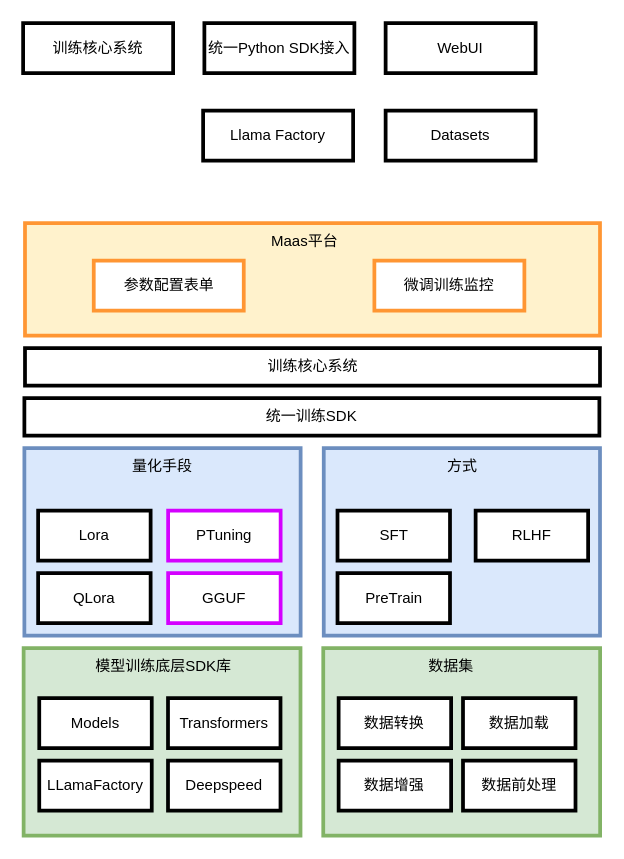
Earlier version of the draw.io diagram 0代码微调.drawio (whybeyoung/mywork). Source tidied: cells renumbered, new cells numbered last; positions are measured from the earlier drawing's top-left corner, leaving out a move shared by most shapes. Both pictures are drawn from the tidied source at 125%, with x=0, y=0 at pixel (22, 22).
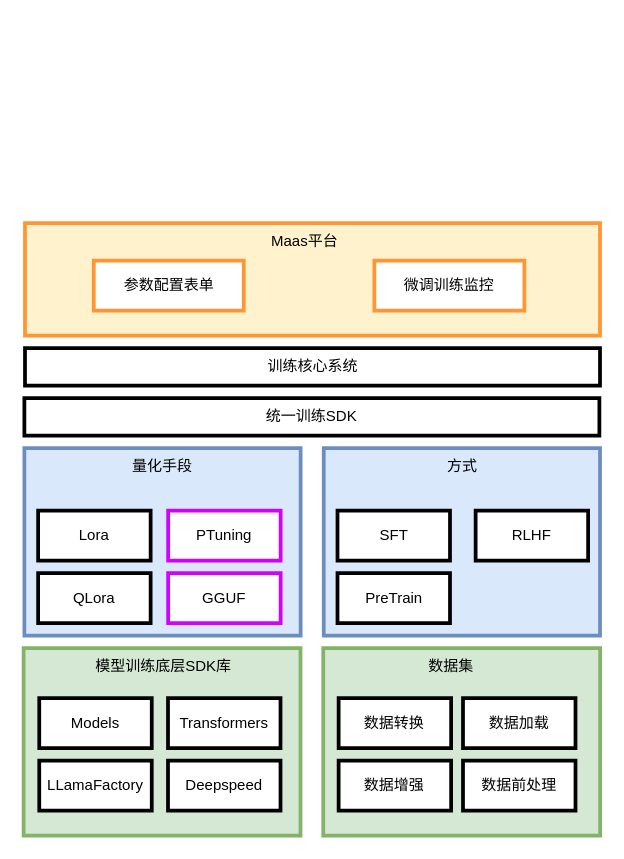
After the change.

Commit message (it also covers changes not shown here):
更新0代码微调.drawio

What changed in the source:
```diff
@@
-    <mxCell id="4" value="WebUI" style="rounded=0;whiteSpace=wrap;html=1;strokeWidth=3;" parent="1" vertex="1">
-      <mxGeometry x="290" width="120" height="40" as="geometry" />
-    </mxCell>
-    <mxCell id="5" value="训练核心系统" style="rounded=0;whiteSpace=wrap;html=1;strokeWidth=3;" parent="1" vertex="1">
-      <mxGeometry width="120" height="40" as="geometry" />
-    </mxCell>
-    <mxCell id="6" value="统一Python SDK接入" style="rounded=0;whiteSpace=wrap;html=1;strokeWidth=3;" parent="1" vertex="1">
-      <mxGeometry x="145" width="120" height="40" as="geometry" />
-    </mxCell>
@@
-    <mxCell id="8" value="Llama Factory" style="rounded=0;whiteSpace=wrap;html=1;strokeWidth=3;" parent="1" vertex="1">
-      <mxGeometry x="144" y="70" width="120" height="40" as="geometry" />
-    </mxCell>
@@
-    <mxCell id="11" value="Datasets" style="rounded=0;whiteSpace=wrap;html=1;strokeWidth=3;" parent="1" vertex="1">
-      <mxGeometry x="290" y="70" width="120" height="40" as="geometry" />
-    </mxCell>
```
